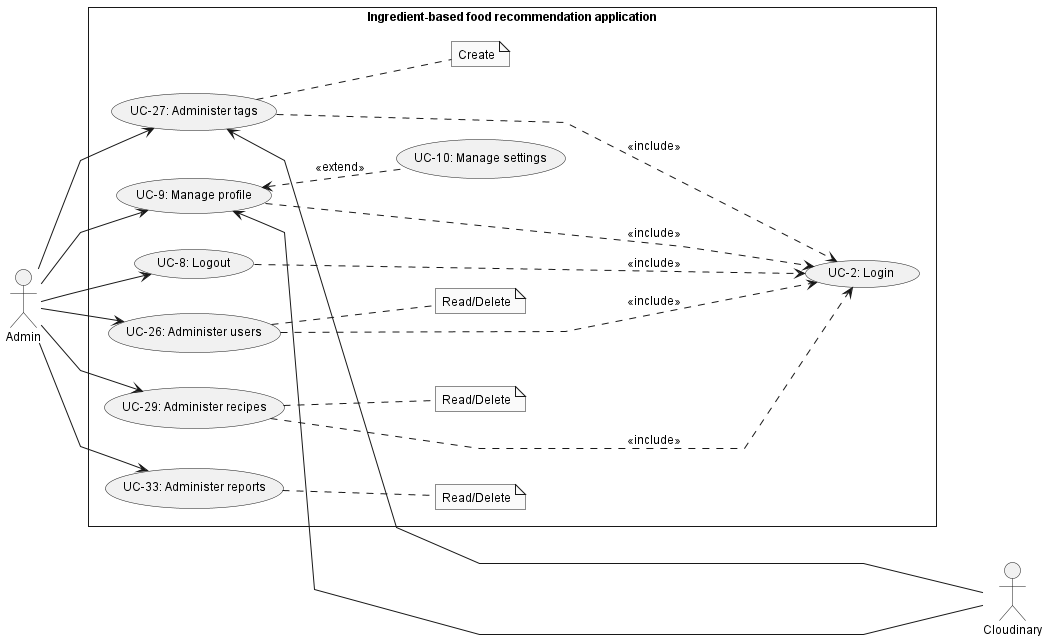
This is doc/SRS/Usecase/AdminUsecase/AdminUsecase.png from Carl-Johnsons/tastopia, a PlantUML export, as it was before one commit.
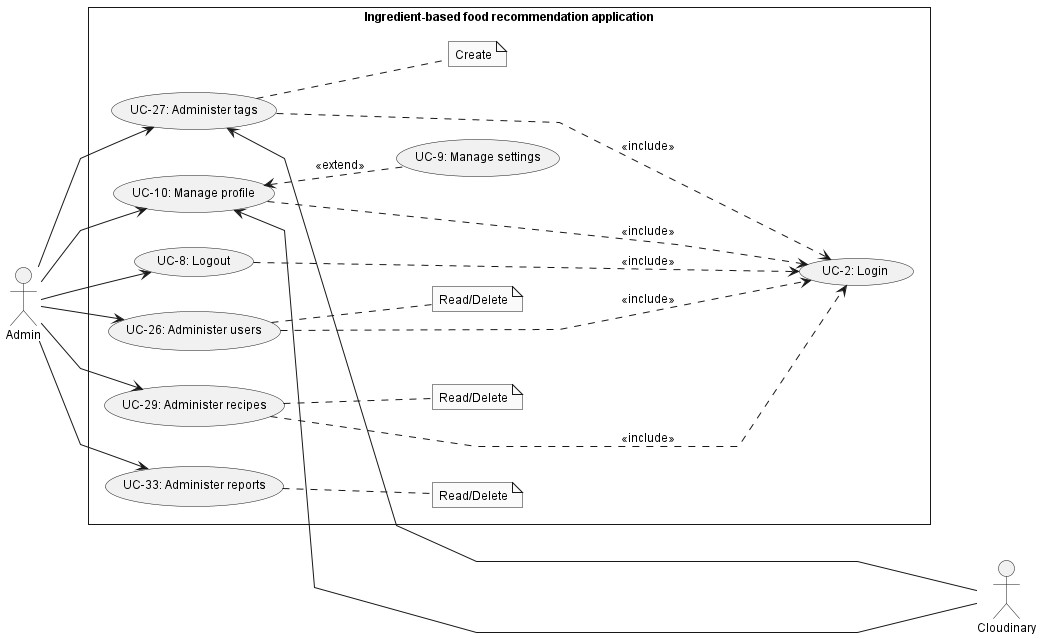
The same file after the commit.

What changed in the source:
```diff
@@ -9,8 +9,8 @@
 rectangle Ingredient-based<U+0020>food<U+0020>recommendation<U+0020>application {
     usecase "UC-2: Login" as ucLogin
     usecase "UC-8: Logout" as ucLogout
-    usecase "UC-9: Manage profile" as ucManageProfile
-    usecase "UC-10: Manage settings" as ucManageSetting
+    usecase "UC-9: Manage settings" as ucManageSetting
+    usecase "UC-10: Manage profile" as ucManageProfile
 
     usecase "UC-26: Administer users" as ucAdmUser
     usecase "UC-27: Administer tags" as ucAdmTags
```
